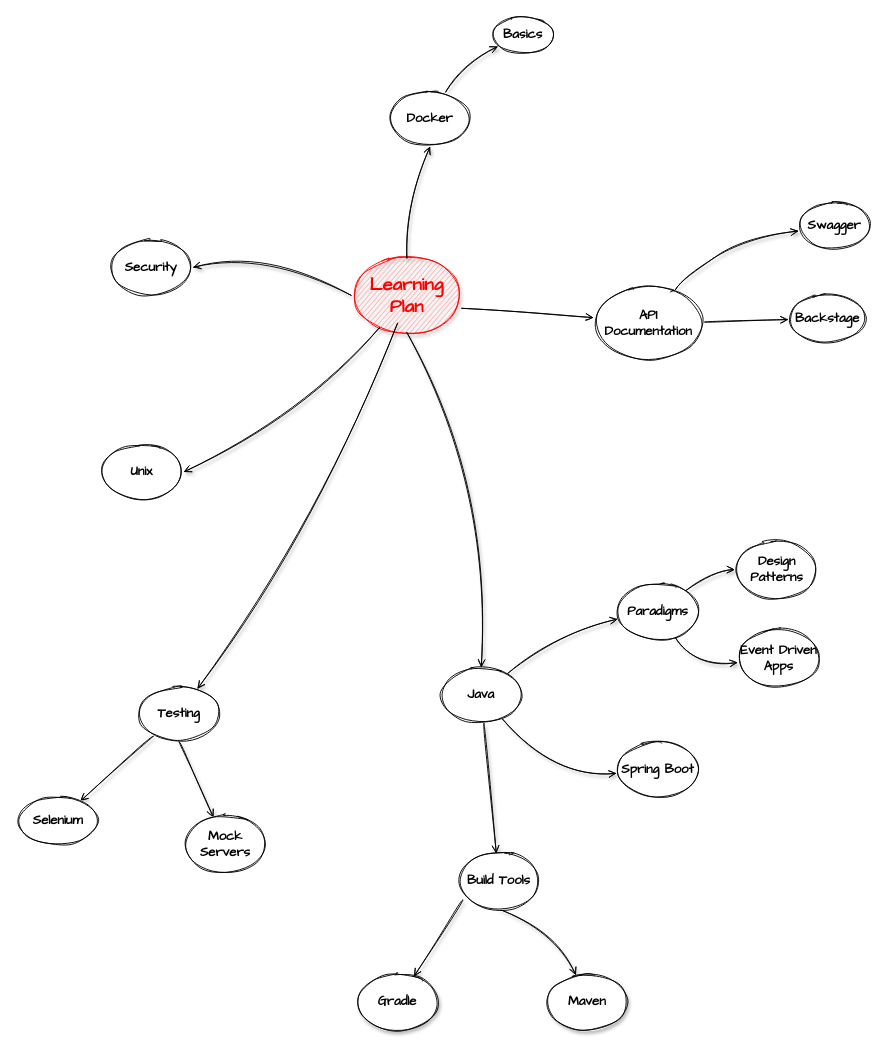
Above: diagramming/learning_plan.drawio in mp30028/notes (draw.io), before the change. Source tidied: cells renumbered, new cells numbered last; positions are measured from the earlier drawing's top-left corner, leaving out a move shared by most shapes. Both pictures are drawn from the tidied source at 93%, with x=0, y=0 at pixel (16, 16).
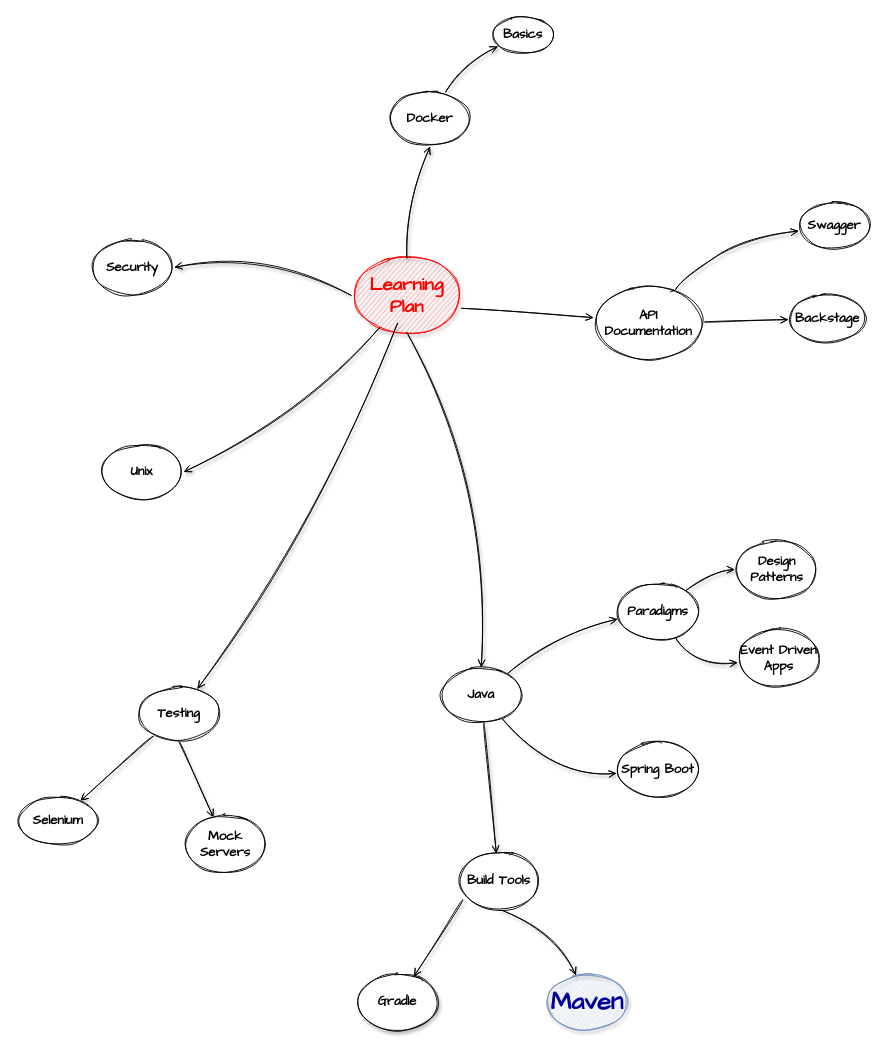
After the change.

Commit message:
Update learning_plan with maven in blue

The edit, as a diff of the source:
```diff
@@
-    <mxCell id="20" value="Maven" style="ellipse;whiteSpace=wrap;html=1;rounded=0;shadow=1;comic=0;labelBackgroundColor=none;strokeWidth=1;fontFamily=Comic Sans MS;fontSize=14;align=center;sketch=1;fontStyle=1;" parent="1" vertex="1">
+    <mxCell id="20" value="Maven" style="ellipse;whiteSpace=wrap;html=1;rounded=0;shadow=1;comic=0;labelBackgroundColor=none;strokeWidth=1;fontFamily=Comic Sans MS;fontSize=27;align=center;sketch=1;fontStyle=1;fillColor=#dae8fc;strokeColor=#6c8ebf;fontColor=#000099;" parent="1" vertex="1">
       <mxGeometry x="569" y="1030" width="90" height="60" as="geometry" />
     </mxCell>
@@
     <mxCell id="33" value="Security" style="ellipse;whiteSpace=wrap;html=1;rounded=0;shadow=0;comic=0;labelBackgroundColor=none;strokeWidth=1;fontFamily=Comic Sans MS;fontSize=14;align=center;sketch=1;fontStyle=1;" parent="1" vertex="1">
-      <mxGeometry x="100" y="240" width="90" height="60" as="geometry" />
+      <mxGeometry x="80" y="240" width="90" height="60" as="geometry" />
     </mxCell>
```
